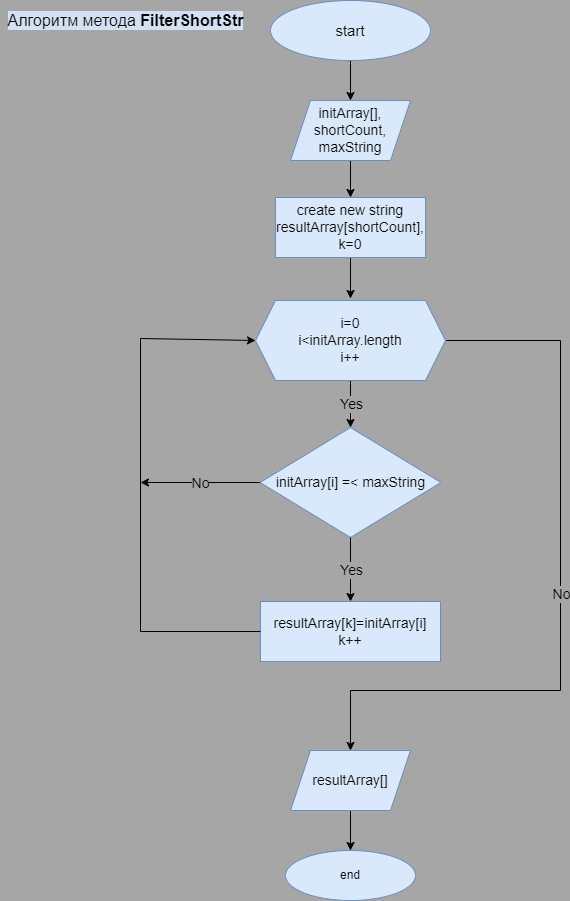
Evercrow/TestWork1 keeps this draw.io diagram as Flowchart1.png. Above is the earlier version. Source tidied: cells renumbered, new cells last; positions are measured from the earlier drawing's top-left corner, leaving out a move shared by most shapes. Source of this version:
```xml
<mxGraphModel background="#A6A6A6">
  <root>
    <mxCell id="0" />
    <mxCell id="1" parent="0" />
    <mxCell id="2" style="edgeStyle=orthogonalEdgeStyle;rounded=0;jettySize=auto;html=1;" parent="1" edge="1" source="3">
      <mxGeometry relative="1" as="geometry">
        <mxPoint x="350" y="100" as="targetPoint" />
      </mxGeometry>
    </mxCell>
    <mxCell id="3" value="start" style="ellipse;whiteSpace=wrap;html=1;fillColor=#dae8fc;strokeColor=#6c8ebf;fontSize=15;" parent="1" vertex="1">
      <mxGeometry x="270" width="160" height="60" as="geometry" />
    </mxCell>
    <mxCell id="4" value="end" style="ellipse;whiteSpace=wrap;html=1;fillColor=#dae8fc;strokeColor=#6c8ebf;" parent="1" vertex="1">
      <mxGeometry x="285" y="850" width="130" height="50" as="geometry" />
    </mxCell>
    <mxCell id="5" style="edgeStyle=orthogonalEdgeStyle;rounded=0;jettySize=auto;html=1;fontSize=14;fontColor=#000000;" parent="1" edge="1" target="7">
      <mxGeometry relative="1" as="geometry">
        <mxPoint x="350" y="160" as="sourcePoint" />
      </mxGeometry>
    </mxCell>
    <mxCell id="6" style="edgeStyle=orthogonalEdgeStyle;rounded=0;jettySize=auto;html=1;fontSize=14;fontColor=#000000;" parent="1" edge="1" source="7">
      <mxGeometry relative="1" as="geometry">
        <mxPoint x="350" y="298" as="targetPoint" />
      </mxGeometry>
    </mxCell>
    <mxCell id="7" value="create new string resultArray[shortCount],&lt;br&gt;k=0" style="rounded=0;whiteSpace=wrap;html=1;fillColor=#dae8fc;strokeColor=#6c8ebf;fontSize=14;" parent="1" vertex="1">
      <mxGeometry x="275" y="197" width="150" height="60" as="geometry" />
    </mxCell>
    <mxCell id="8" value="resultArray[k]=initArray[i]&lt;br&gt;k++" style="rounded=0;whiteSpace=wrap;html=1;fillColor=#dae8fc;strokeColor=#6c8ebf;fontSize=14;" parent="1" vertex="1">
      <mxGeometry x="260" y="601" width="180" height="60" as="geometry" />
    </mxCell>
    <mxCell id="9" value="initArray[i] =&amp;lt; maxString" style="rhombus;whiteSpace=wrap;html=1;labelBackgroundColor=none;fontSize=14;fillColor=#dae8fc;strokeColor=#6c8ebf;" parent="1" vertex="1">
      <mxGeometry x="259.5" y="427" width="181" height="110" as="geometry" />
    </mxCell>
    <mxCell id="10" style="endArrow=classic;html=1;rounded=0;fontSize=14;fontColor=#000000;exitX=0.5;exitY=1;exitDx=0;exitDy=0;entryX=0.5;entryY=0;entryDx=0;entryDy=0;" parent="1" edge="1" target="9">
      <mxGeometry relative="1" as="geometry">
        <mxPoint x="350" y="378" as="sourcePoint" />
      </mxGeometry>
    </mxCell>
    <mxCell id="11" value="Yes" style="edgeLabel;html=1;align=center;verticalAlign=middle;labelBackgroundColor=#A6A6A6;fontSize=14;fontColor=#000000;" parent="10" vertex="1">
      <mxGeometry relative="1" as="geometry" />
    </mxCell>
    <mxCell id="12" style="endArrow=classic;html=1;rounded=0;fontSize=14;fontColor=#000000;exitX=1;exitY=0.5;exitDx=0;exitDy=0;entryX=0.5;entryY=0;entryDx=0;entryDy=0;" parent="1" edge="1" source="17" target="21">
      <mxGeometry relative="1" as="geometry">
        <Array as="points">
          <mxPoint x="560" y="340" />
          <mxPoint x="560" y="690" />
          <mxPoint x="350" y="690" />
        </Array>
      </mxGeometry>
    </mxCell>
    <mxCell id="13" value="No" style="edgeLabel;html=1;align=center;verticalAlign=middle;labelBackgroundColor=#A6A6A6;fontSize=14;fontColor=#000000;" parent="12" vertex="1">
      <mxGeometry relative="1" as="geometry" />
    </mxCell>
    <mxCell id="14" style="endArrow=classic;html=1;rounded=0;fontSize=14;fontColor=#000000;exitX=0.5;exitY=1;exitDx=0;exitDy=0;entryX=0.5;entryY=0;entryDx=0;entryDy=0;" parent="1" edge="1" source="9" target="8">
      <mxGeometry relative="1" as="geometry" />
    </mxCell>
    <mxCell id="15" value="Yes" style="edgeLabel;html=1;align=center;verticalAlign=middle;labelBackgroundColor=#A6A6A6;fontSize=14;fontColor=#000000;" parent="14" vertex="1">
      <mxGeometry relative="1" as="geometry" />
    </mxCell>
    <mxCell id="16" style="endArrow=classic;html=1;rounded=0;fontSize=14;fontColor=#000000;exitX=0;exitY=0.5;exitDx=0;exitDy=0;entryX=0;entryY=0.5;entryDx=0;entryDy=0;" parent="1" edge="1" source="8" target="17">
      <mxGeometry relative="1" as="geometry">
        <Array as="points">
          <mxPoint x="140" y="631" />
          <mxPoint x="140" y="338" />
        </Array>
      </mxGeometry>
    </mxCell>
    <mxCell id="17" value="i=0&lt;br&gt;i&amp;lt;initArray.length&lt;br&gt;i++" style="shape=hexagon;perimeter=hexagonPerimeter2;whiteSpace=wrap;html=1;fixedSize=1;labelBackgroundColor=none;fontSize=14;fillColor=#dae8fc;strokeColor=#6c8ebf;" parent="1" vertex="1">
      <mxGeometry x="255" y="300" width="190" height="80" as="geometry" />
    </mxCell>
    <mxCell id="18" style="endArrow=classic;html=1;rounded=0;fontSize=14;fontColor=#000000;exitX=0;exitY=0.5;exitDx=0;exitDy=0;" parent="1" edge="1" source="9">
      <mxGeometry relative="1" as="geometry">
        <mxPoint x="140" y="482" as="targetPoint" />
      </mxGeometry>
    </mxCell>
    <mxCell id="19" value="No" style="edgeLabel;html=1;align=center;verticalAlign=middle;labelBackgroundColor=#A6A6A6;fontSize=14;fontColor=#000000;" parent="18" vertex="1">
      <mxGeometry relative="1" as="geometry" />
    </mxCell>
    <mxCell id="20" style="edgeStyle=orthogonalEdgeStyle;rounded=0;jettySize=auto;html=1;fontSize=14;fontColor=#000000;" parent="1" edge="1" source="21" target="4">
      <mxGeometry relative="1" as="geometry" />
    </mxCell>
    <mxCell id="21" value="&lt;span&gt;resultArray[]&lt;/span&gt;" style="shape=parallelogram;perimeter=parallelogramPerimeter;whiteSpace=wrap;html=1;fixedSize=1;labelBackgroundColor=none;fontSize=14;fillColor=#dae8fc;strokeColor=#6c8ebf;" parent="1" vertex="1">
      <mxGeometry x="290" y="750" width="120" height="60" as="geometry" />
    </mxCell>
    <mxCell id="22" value="initArray[],&lt;br&gt;shortCount,&lt;br&gt;maxString" style="shape=parallelogram;perimeter=parallelogramPerimeter;whiteSpace=wrap;html=1;fixedSize=1;labelBackgroundColor=none;fontSize=14;fillColor=#dae8fc;strokeColor=#6c8ebf;" parent="1" vertex="1">
      <mxGeometry x="290" y="100" width="120" height="60" as="geometry" />
    </mxCell>
    <mxCell id="23" value="&lt;span style=&quot;font-weight: normal&quot;&gt;Алгоритм метода &lt;/span&gt;FilterShortStr" style="text;html=1;align=center;verticalAlign=middle;strokeColor=none;fillColor=none;fontSize=16;fontColor=#000000;labelBackgroundColor=#D4E1F5;fontStyle=1;" parent="1" vertex="1">
      <mxGeometry y="10" width="250" height="20" as="geometry" />
    </mxCell>
  </root>
</mxGraphModel>
```
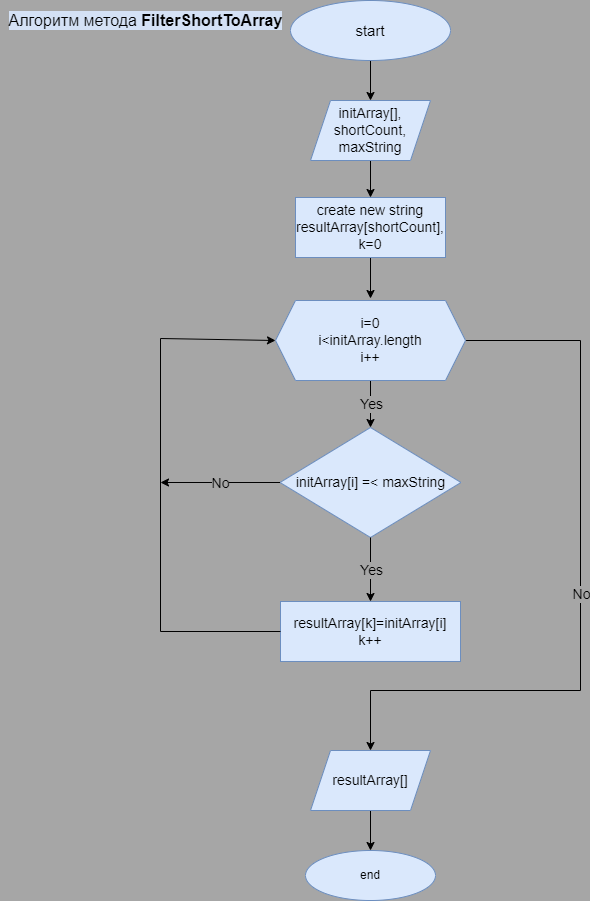
The same file after the commit.

What changed in the source:
```diff
@@ -86,8 +86,8 @@
     <mxCell id="22" value="initArray[],&lt;br&gt;shortCount,&lt;br&gt;maxString" style="shape=parallelogram;perimeter=parallelogramPerimeter;whiteSpace=wrap;html=1;fixedSize=1;labelBackgroundColor=none;fontSize=14;fillColor=#dae8fc;strokeColor=#6c8ebf;" parent="1" vertex="1">
       <mxGeometry x="290" y="100" width="120" height="60" as="geometry" />
     </mxCell>
-    <mxCell id="23" value="&lt;span style=&quot;font-weight: normal&quot;&gt;Алгоритм метода &lt;/span&gt;FilterShortStr" style="text;html=1;align=center;verticalAlign=middle;strokeColor=none;fillColor=none;fontSize=16;fontColor=#000000;labelBackgroundColor=#D4E1F5;fontStyle=1;" parent="1" vertex="1">
-      <mxGeometry y="10" width="250" height="20" as="geometry" />
-    </mxCell>
+    <mxCell id="24" value="&lt;span style=&quot;font-weight: normal&quot;&gt;Алгоритм метода &lt;/span&gt;FilterShortToArray" style="text;html=1;align=center;verticalAlign=middle;strokeColor=none;fillColor=none;fontSize=16;fontColor=#000000;labelBackgroundColor=#D4E1F5;fontStyle=1;" parent="1" vertex="1">
+      <mxGeometry x="-20" y="10" width="290" height="20" as="geometry" />
+    </mxCell>
   </root>
 </mxGraphModel>
```
